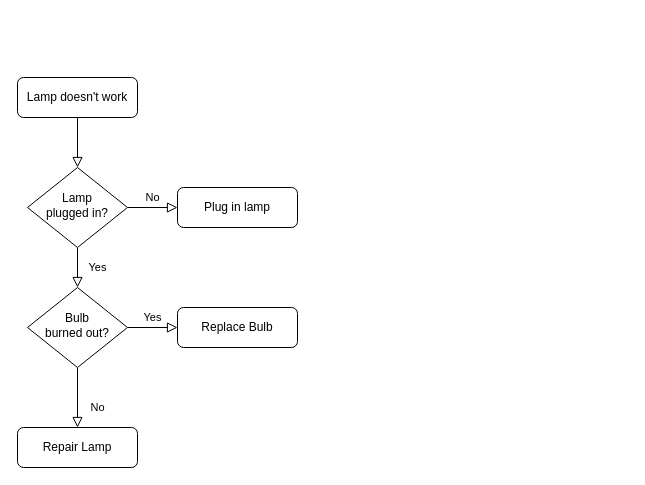
The draw.io diagram Untitled Diagram.drawio in syedzubyl/image_processing, before the edit. Source tidied: cells renumbered, new cells numbered last; positions are measured from the earlier drawing's top-left corner, leaving out a move shared by most shapes. Both pictures are drawn from the tidied source at 100%, with x=0, y=0 at pixel (17, 77).
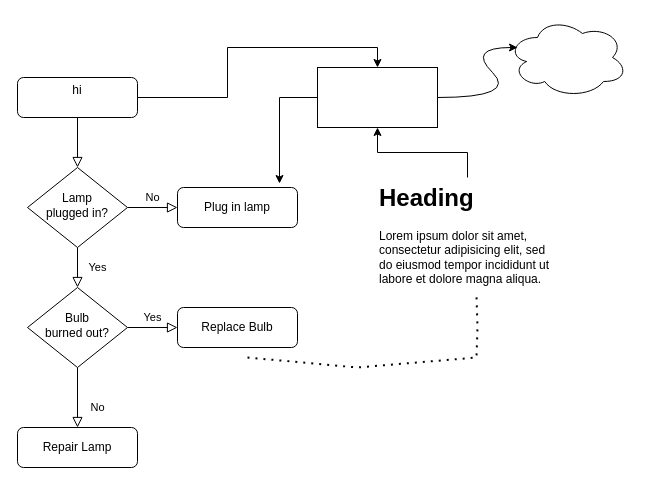
After the change.

The change refers to these unchanged cells:
```xml
<mxCell id="7" value="Plug in lamp" style="rounded=1;whiteSpace=wrap;html=1;fontSize=12;glass=0;strokeWidth=1;shadow=0;" parent="1" vertex="1">
  <mxGeometry x="160" y="110" width="120" height="40" as="geometry" />
</mxCell>
```

Change to the diagram source:
```diff
@@
+    <mxCell id="13" style="edgeStyle=orthogonalEdgeStyle;rounded=0;jettySize=auto;html=1;entryX=0.5;entryY=0;entryDx=0;entryDy=0;" parent="1" edge="1" source="3" target="14">
+      <mxGeometry relative="1" as="geometry" />
+    </mxCell>
-    <mxCell id="3" value="Lamp doesn't work" style="rounded=1;whiteSpace=wrap;html=1;fontSize=12;glass=0;strokeWidth=1;shadow=0;" parent="1" vertex="1">
+    <mxCell id="3" value="hi&lt;div&gt;&lt;br&gt;&lt;/div&gt;" style="rounded=1;whiteSpace=wrap;html=1;fontSize=12;glass=0;strokeWidth=1;shadow=0;" parent="1" vertex="1">
       <mxGeometry width="120" height="40" as="geometry" />
     </mxCell>
@@
+    <mxCell id="14" style="rounded=0;whiteSpace=wrap;html=1;" parent="1" vertex="1">
+      <mxGeometry x="300" y="-10" width="120" height="60" as="geometry" />
+    </mxCell>
+    <mxCell id="15" style="edgeStyle=orthogonalEdgeStyle;rounded=0;jettySize=auto;html=1;entryX=0.85;entryY=-0.1;entryDx=0;entryDy=0;entryPerimeter=0;" parent="1" edge="1" source="14" target="7">
+      <mxGeometry relative="1" as="geometry" />
+    </mxCell>
+    <mxCell id="16" style="edgeStyle=orthogonalEdgeStyle;rounded=0;jettySize=auto;html=1;" parent="1" edge="1" source="17" target="14">
+      <mxGeometry relative="1" as="geometry" />
+    </mxCell>
+    <mxCell id="17" value="&lt;h1 style=&quot;margin-top: 0px;&quot;&gt;Heading&lt;/h1&gt;&lt;p&gt;Lorem ipsum dolor sit amet, consectetur adipisicing elit, sed do eiusmod tempor incididunt ut labore et dolore magna aliqua.&lt;/p&gt;" style="text;html=1;whiteSpace=wrap;overflow=hidden;rounded=0;" parent="1" vertex="1">
+      <mxGeometry x="360" y="100" width="180" height="120" as="geometry" />
+    </mxCell>
+    <mxCell id="18" style="ellipse;shape=cloud;whiteSpace=wrap;html=1;" parent="1" vertex="1">
+      <mxGeometry x="490" y="-60" width="120" height="80" as="geometry" />
+    </mxCell>
+    <mxCell id="19" style="curved=1;endArrow=classic;html=1;rounded=0;" parent="1" edge="1" source="14">
+      <mxGeometry relative="1" as="geometry">
+        <mxPoint x="500" y="-30" as="targetPoint" />
+        <Array as="points">
+          <mxPoint x="500" y="20" />
+          <mxPoint x="450" y="-30" />
+        </Array>
+      </mxGeometry>
+    </mxCell>
+    <mxCell id="20" style="endArrow=none;dashed=1;html=1;dashPattern=1 3;strokeWidth=2;rounded=0;entryX=0.55;entryY=0.992;entryDx=0;entryDy=0;entryPerimeter=0;" parent="1" edge="1" target="17">
+      <mxGeometry relative="1" as="geometry">
+        <mxPoint x="230" y="280" as="sourcePoint" />
+        <Array as="points">
+          <mxPoint x="340" y="290" />
+          <mxPoint x="459" y="280" />
+          <mxPoint x="460" y="250" />
+        </Array>
+      </mxGeometry>
+    </mxCell>
```
